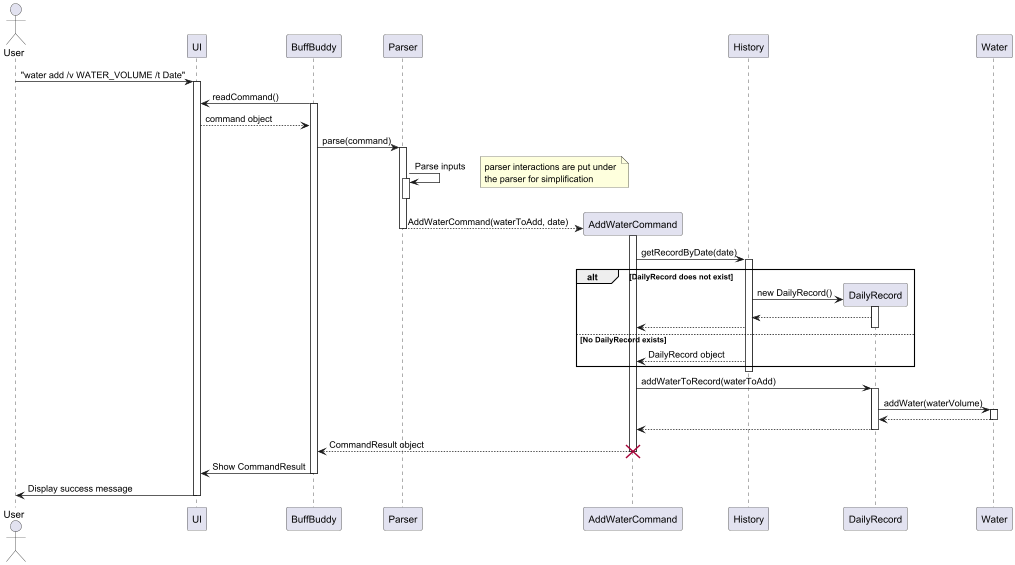
nus-cs2113-AY2425S1/tp keeps this PlantUML diagram as docs/images/addWaterSequenceDiagram.png. Above is the earlier version.
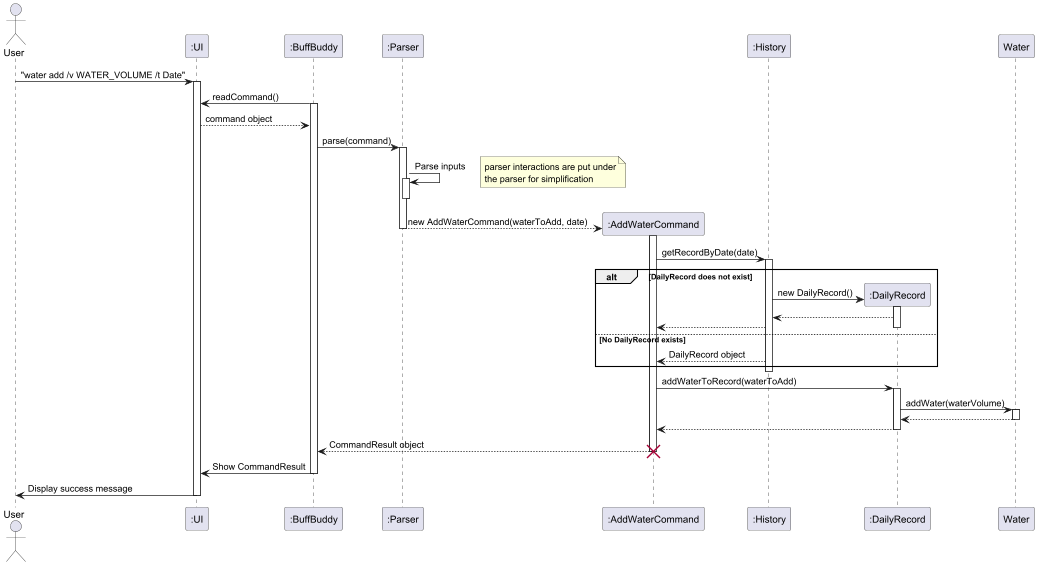
Later version of the same file.

What changed in the source:
```diff
@@ -1,11 +1,11 @@
 @startuml
 actor User
-participant "UI" as UI
-participant "BuffBuddy" as BB
-participant "Parser" as Parser
-participant "AddWaterCommand" as AddCmd
-participant "History" as History
-participant "DailyRecord" as DailyRec
+participant ":UI" as UI
+participant ":BuffBuddy" as BB
+participant ":Parser" as Parser
+participant ":AddWaterCommand" as AddCmd
+participant ":History" as History
+participant ":DailyRecord" as DailyRec
 
 User -> UI: "water add /v WATER_VOLUME /t Date"
 activate UI
@@ -22,7 +22,7 @@
 activate Parser
 deactivate Parser
 create AddCmd
-Parser --> AddCmd: AddWaterCommand(waterToAdd, date)
+Parser --> AddCmd: new AddWaterCommand(waterToAdd, date)
 deactivate Parser
 
 activate AddCmd
```
